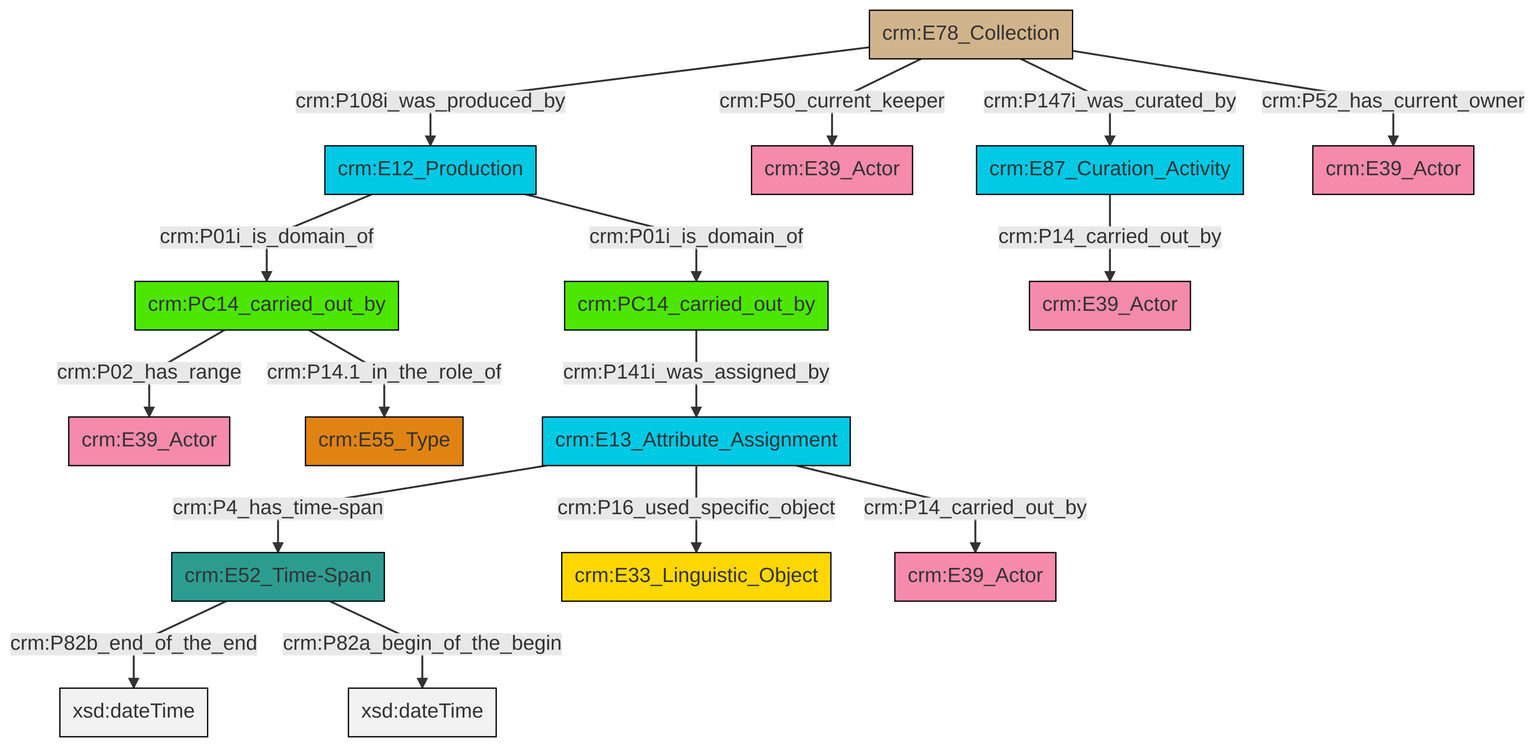
Earlier version of the Mermaid export et/archivalCSV/ttl/mmd/png/archival_relation.png (swiss-art-research-net/docs.swissartresearch). Its source is kept beside it as et/archivalCSV/ttl/mmd/archival_relation.ttl.mmd.
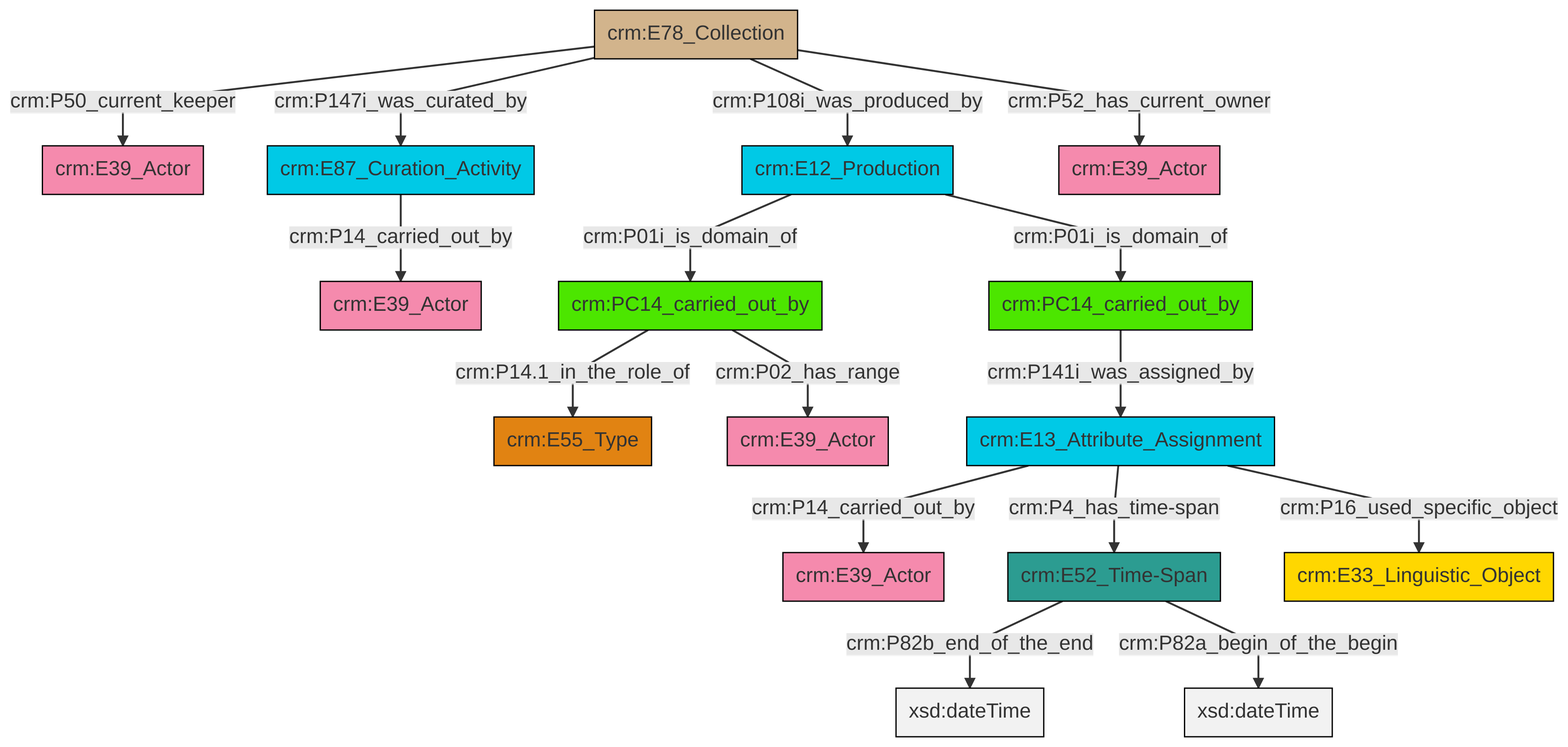
Later version of the same file.

Diff of the diagram source:
```diff
@@ -13,18 +13,18 @@
 classDef PC_Classes fill:#4ce600, stroke:#000000;
 classDef Multi fill:#cccccc,stroke:#000000;
 
-2["crm:E13_Attribute_Assignment"]:::Temporal_Entity -->|crm:P4_has_time-span| 3["crm:E52_Time-Span"]:::Time-Span
-6["crm:PC14_carried_out_by"]:::PC_Classes -->|crm:P02_has_range| 7["crm:E39_Actor"]:::Actor
-0["crm:E78_Collection"]:::Physical_Thing -->|crm:P108i_was_produced_by| 8["crm:E12_Production"]:::Temporal_Entity
-8["crm:E12_Production"]:::Temporal_Entity -->|crm:P01i_is_domain_of| 6["crm:PC14_carried_out_by"]:::PC_Classes
-0["crm:E78_Collection"]:::Physical_Thing -->|crm:P50_current_keeper| 9["crm:E39_Actor"]:::Actor
-14["crm:PC14_carried_out_by"]:::PC_Classes -->|crm:P141i_was_assigned_by| 2["crm:E13_Attribute_Assignment"]:::Temporal_Entity
-3["crm:E52_Time-Span"]:::Time-Span -->|crm:P82b_end_of_the_end| 19[xsd:dateTime]:::Literal
-2["crm:E13_Attribute_Assignment"]:::Temporal_Entity -->|crm:P16_used_specific_object| 20["crm:E33_Linguistic_Object"]:::Conceptual_Object
-6["crm:PC14_carried_out_by"]:::PC_Classes -->|crm:P14.1_in_the_role_of| 15["crm:E55_Type"]:::Type
-8["crm:E12_Production"]:::Temporal_Entity -->|crm:P01i_is_domain_of| 14["crm:PC14_carried_out_by"]:::PC_Classes
-0["crm:E78_Collection"]:::Physical_Thing -->|crm:P147i_was_curated_by| 4["crm:E87_Curation_Activity"]:::Temporal_Entity
-3["crm:E52_Time-Span"]:::Time-Span -->|crm:P82a_begin_of_the_begin| 26[xsd:dateTime]:::Literal
-2["crm:E13_Attribute_Assignment"]:::Temporal_Entity -->|crm:P14_carried_out_by| 27["crm:E39_Actor"]:::Actor
-4["crm:E87_Curation_Activity"]:::Temporal_Entity -->|crm:P14_carried_out_by| 12["crm:E39_Actor"]:::Actor
-0["crm:E78_Collection"]:::Physical_Thing -->|crm:P52_has_current_owner| 17["crm:E39_Actor"]:::Actor
+0["crm:E12_Production"]:::Temporal_Entity -->|crm:P01i_is_domain_of| 2["crm:PC14_carried_out_by"]:::PC_Classes
+5["crm:E78_Collection"]:::Physical_Thing -->|crm:P50_current_keeper| 6["crm:E39_Actor"]:::Actor
+7["crm:E52_Time-Span"]:::Time-Span -->|crm:P82b_end_of_the_end| 8[xsd:dateTime]:::Literal
+5["crm:E78_Collection"]:::Physical_Thing -->|crm:P147i_was_curated_by| 9["crm:E87_Curation_Activity"]:::Temporal_Entity
+0["crm:E12_Production"]:::Temporal_Entity -->|crm:P01i_is_domain_of| 10["crm:PC14_carried_out_by"]:::PC_Classes
+7["crm:E52_Time-Span"]:::Time-Span -->|crm:P82a_begin_of_the_begin| 13[xsd:dateTime]:::Literal
+5["crm:E78_Collection"]:::Physical_Thing -->|crm:P108i_was_produced_by| 0["crm:E12_Production"]:::Temporal_Entity
+2["crm:PC14_carried_out_by"]:::PC_Classes -->|crm:P14.1_in_the_role_of| 3["crm:E55_Type"]:::Type
+2["crm:PC14_carried_out_by"]:::PC_Classes -->|crm:P02_has_range| 17["crm:E39_Actor"]:::Actor
+11["crm:E13_Attribute_Assignment"]:::Temporal_Entity -->|crm:P14_carried_out_by| 19["crm:E39_Actor"]:::Actor
+5["crm:E78_Collection"]:::Physical_Thing -->|crm:P52_has_current_owner| 14["crm:E39_Actor"]:::Actor
+9["crm:E87_Curation_Activity"]:::Temporal_Entity -->|crm:P14_carried_out_by| 23["crm:E39_Actor"]:::Actor
+10["crm:PC14_carried_out_by"]:::PC_Classes -->|crm:P141i_was_assigned_by| 11["crm:E13_Attribute_Assignment"]:::Temporal_Entity
+11["crm:E13_Attribute_Assignment"]:::Temporal_Entity -->|crm:P4_has_time-span| 7["crm:E52_Time-Span"]:::Time-Span
+11["crm:E13_Attribute_Assignment"]:::Temporal_Entity -->|crm:P16_used_specific_object| 28["crm:E33_Linguistic_Object"]:::Conceptual_Object
```
